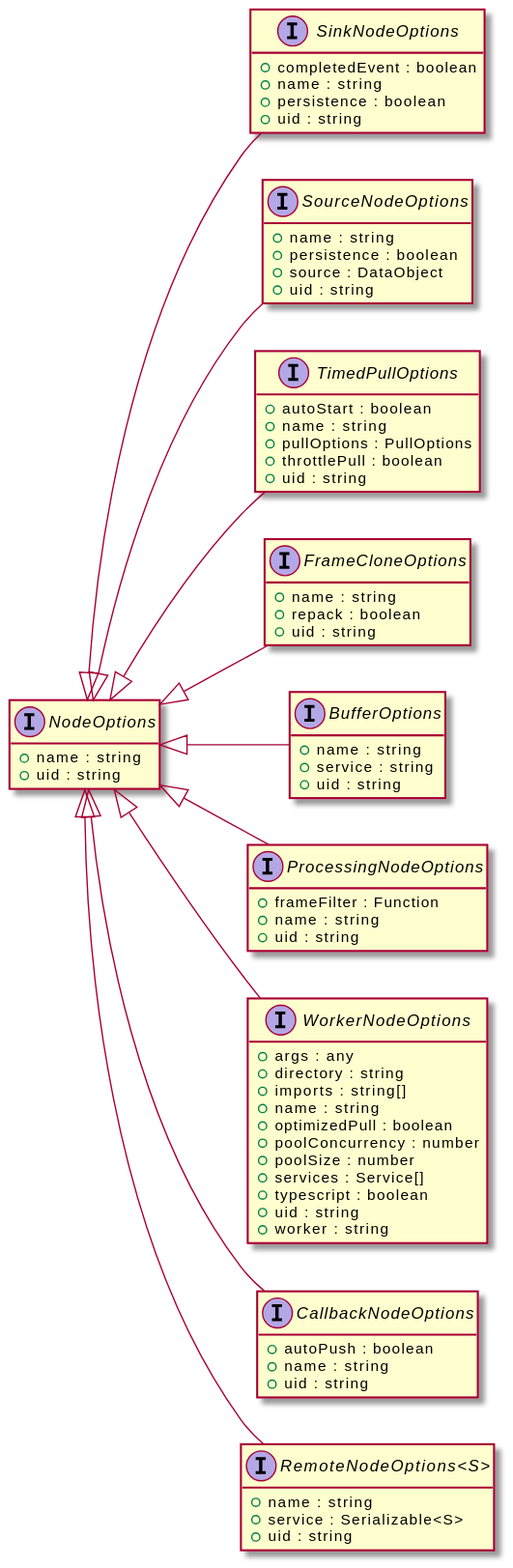
Above: assets/NodeOptions-umlClassDiagram-3170.svg in OpenHPS/openhps-core (PlantUML), before the change. The source it was exported from:
```plantuml
@startuml
skinparam BackgroundColor transparent
left to right direction
hide empty methods
hide empty fields
interface "NodeOptions" {
    +name : string
    +uid : string
}
interface "SinkNodeOptions" {
    +completedEvent : boolean
    +name : string
    +persistence : boolean
    +uid : string
}
"NodeOptions" <|-- "SinkNodeOptions"
interface "SourceNodeOptions" {
    +name : string
    +persistence : boolean
    +source : DataObject
    +uid : string
}
"NodeOptions" <|-- "SourceNodeOptions"
interface "TimedPullOptions" {
    +autoStart : boolean
    +name : string
    +pullOptions : PullOptions
    +throttlePull : boolean
    +uid : string
}
"NodeOptions" <|-- "TimedPullOptions"
interface "FrameCloneOptions" {
    +name : string
    +repack : boolean
    +uid : string
}
"NodeOptions" <|-- "FrameCloneOptions"
interface "BufferOptions" {
    +name : string
    +service : string
    +uid : string
}
"NodeOptions" <|-- "BufferOptions"
interface "ProcessingNodeOptions" {
    +frameFilter : Function
    +name : string
    +uid : string
}
"NodeOptions" <|-- "ProcessingNodeOptions"
interface "WorkerNodeOptions" {
    +args : any
    +directory : string
    +imports : string[]
    +name : string
    +optimizedPull : boolean
    +poolConcurrency : number
    +poolSize : number
    +services : Service[]
    +typescript : boolean
    +uid : string
    +worker : string
}
"NodeOptions" <|-- "WorkerNodeOptions"
interface "CallbackNodeOptions" {
    +autoPush : boolean
    +name : string
    +uid : string
}
"NodeOptions" <|-- "CallbackNodeOptions"
interface "RemoteNodeOptions<S>" {
    +name : string
    +service : Serializable<S>
    +uid : string
}
"NodeOptions" <|-- "RemoteNodeOptions<S>"
@enduml
```
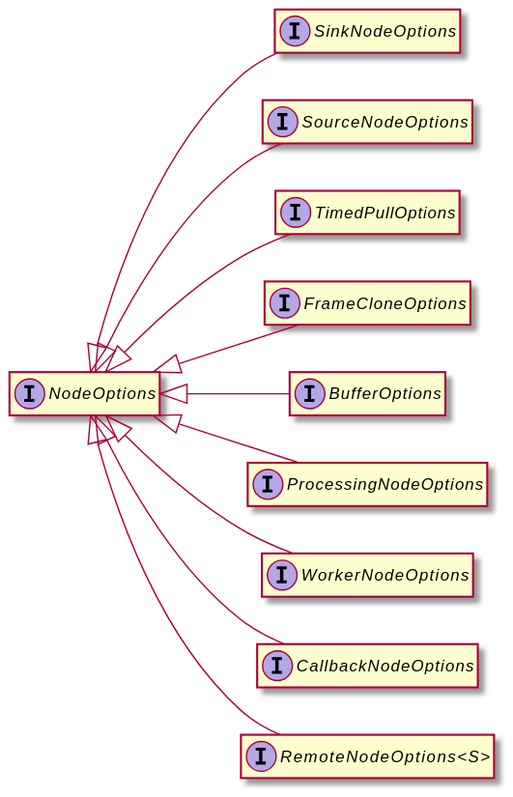
After the commit.

Diff of the diagram source:
```diff
@@ -4,73 +4,32 @@
 hide empty methods
 hide empty fields
 interface "NodeOptions" {
-    +name : string
-    +uid : string
 }
 interface "SinkNodeOptions" {
-    +completedEvent : boolean
-    +name : string
-    +persistence : boolean
-    +uid : string
 }
 "NodeOptions" <|-- "SinkNodeOptions"
 interface "SourceNodeOptions" {
-    +name : string
-    +persistence : boolean
-    +source : DataObject
-    +uid : string
 }
 "NodeOptions" <|-- "SourceNodeOptions"
 interface "TimedPullOptions" {
-    +autoStart : boolean
-    +name : string
-    +pullOptions : PullOptions
-    +throttlePull : boolean
-    +uid : string
 }
 "NodeOptions" <|-- "TimedPullOptions"
 interface "FrameCloneOptions" {
-    +name : string
-    +repack : boolean
-    +uid : string
 }
 "NodeOptions" <|-- "FrameCloneOptions"
 interface "BufferOptions" {
-    +name : string
-    +service : string
-    +uid : string
 }
 "NodeOptions" <|-- "BufferOptions"
 interface "ProcessingNodeOptions" {
-    +frameFilter : Function
-    +name : string
-    +uid : string
 }
 "NodeOptions" <|-- "ProcessingNodeOptions"
 interface "WorkerNodeOptions" {
-    +args : any
-    +directory : string
-    +imports : string[]
-    +name : string
-    +optimizedPull : boolean
-    +poolConcurrency : number
-    +poolSize : number
-    +services : Service[]
-    +typescript : boolean
-    +uid : string
-    +worker : string
 }
 "NodeOptions" <|-- "WorkerNodeOptions"
 interface "CallbackNodeOptions" {
-    +autoPush : boolean
-    +name : string
-    +uid : string
 }
 "NodeOptions" <|-- "CallbackNodeOptions"
 interface "RemoteNodeOptions<S>" {
-    +name : string
-    +service : Serializable<S>
-    +uid : string
 }
 "NodeOptions" <|-- "RemoteNodeOptions<S>"
 @enduml
```
